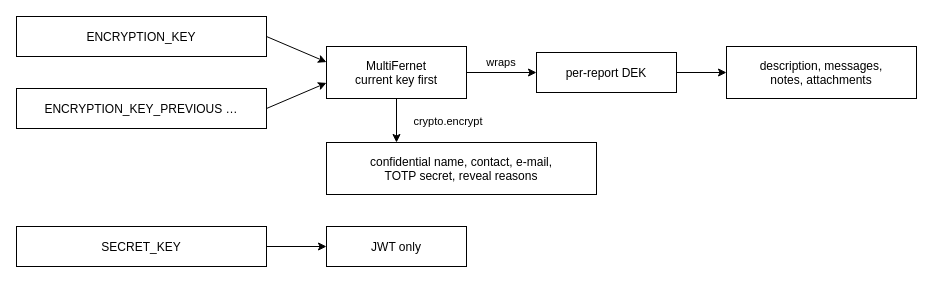
Before: docs-tech/_diagrams/key-hierarchy.drawio in openwhistle/OpenWhistle, a draw.io diagram. Source tidied: cells renumbered, new cells numbered last; positions are measured from the earlier drawing's top-left corner, leaving out a move shared by most shapes. Both pictures are drawn from the tidied source at 100%, with x=0, y=0 at pixel (16, 16).
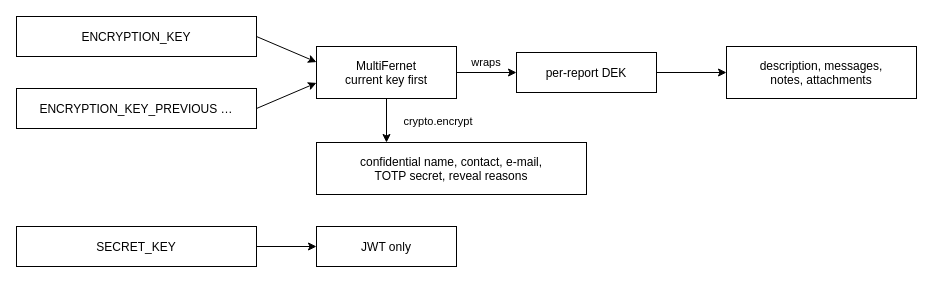
After the change.

Change to the diagram source:
```diff
@@
 <mxGraphModel>
   <root>
     <mxCell id="0" />
     <mxCell id="1" parent="0" />
     <mxCell id="2" value="ENCRYPTION_KEY" style="ow:step;" parent="1" vertex="1">
-      <mxGeometry width="250" height="40" as="geometry" />
+      <mxGeometry width="240" height="40" as="geometry" />
     </mxCell>
     <mxCell id="3" value="ENCRYPTION_KEY_PREVIOUS …" style="ow:step;" parent="1" vertex="1">
-      <mxGeometry y="72" width="250" height="40" as="geometry" />
+      <mxGeometry y="72" width="240" height="40" as="geometry" />
     </mxCell>
     <mxCell id="4" value="MultiFernet&#10;current key first" style="ow:step;" parent="1" vertex="1">
-      <mxGeometry x="310" y="30" width="140" height="52" as="geometry" />
+      <mxGeometry x="300" y="30" width="140" height="52" as="geometry" />
     </mxCell>
     <mxCell id="5" value="per-report DEK" style="ow:step;" parent="1" vertex="1">
-      <mxGeometry x="520" y="36" width="140" height="40" as="geometry" />
+      <mxGeometry x="500" y="36" width="140" height="40" as="geometry" />
     </mxCell>
     <mxCell id="6" value="description, messages,&#10;notes, attachments" style="ow:result;" parent="1" vertex="1">
       <mxGeometry x="710" y="30" width="190" height="52" as="geometry" />
     </mxCell>
     <mxCell id="7" value="confidential name, contact, e-mail,&#10;TOTP secret, reveal reasons" style="ow:result;" parent="1" vertex="1">
-      <mxGeometry x="310" y="126" width="270" height="52" as="geometry" />
+      <mxGeometry x="300" y="126" width="270" height="52" as="geometry" />
     </mxCell>
     <mxCell id="8" value="SECRET_KEY" style="ow:step;" parent="1" vertex="1">
-      <mxGeometry y="210" width="250" height="40" as="geometry" />
+      <mxGeometry y="210" width="240" height="40" as="geometry" />
     </mxCell>
     <mxCell id="9" value="JWT only" style="ow:step;" parent="1" vertex="1">
-      <mxGeometry x="310" y="210" width="140" height="40" as="geometry" />
+      <mxGeometry x="300" y="210" width="140" height="40" as="geometry" />
     </mxCell>
     <mxCell id="10" style="ow:edge;exitX=1;exitY=0.5;exitDx=0;exitDy=0;entryX=0;entryY=0.3;entryDx=0;entryDy=0;" parent="1" edge="1" source="2" target="4">
       <mxGeometry relative="1" as="geometry" />
     </mxCell>
     <mxCell id="11" style="ow:edge;exitX=1;exitY=0.5;exitDx=0;exitDy=0;entryX=0;entryY=0.7;entryDx=0;entryDy=0;" parent="1" edge="1" source="3" target="4">
       <mxGeometry relative="1" as="geometry" />
     </mxCell>
     <mxCell id="12" value="wraps" style="ow:edge;exitX=1;exitY=0.5;exitDx=0;exitDy=0;entryX=0;entryY=0.5;entryDx=0;entryDy=0;" parent="1" edge="1" source="4" target="5">
       <mxGeometry relative="1" as="geometry">
         <mxPoint y="-11" as="offset" />
       </mxGeometry>
     </mxCell>
     <mxCell id="13" style="ow:edge;exitX=1;exitY=0.5;exitDx=0;exitDy=0;entryX=0;entryY=0.5;entryDx=0;entryDy=0;" parent="1" edge="1" source="5" target="6">
       <mxGeometry relative="1" as="geometry" />
     </mxCell>
-    <mxCell id="14" value="crypto.encrypt" style="ow:edge;exitX=0.5;exitY=1;exitDx=0;exitDy=0;entryX=0.2593;entryY=0;entryDx=0;entryDy=0;" parent="1" edge="1" source="4" target="7">
+    <mxCell id="14" value="crypto.encrypt" style="ow:edge;exitX=0.5;exitY=1;exitDx=0;exitDy=0;entryX=0.259259;entryY=0;entryDx=0;entryDy=0;" parent="1" edge="1" source="4" target="7">
       <mxGeometry relative="1" as="geometry">
         <mxPoint x="52" as="offset" />
       </mxGeometry>
     </mxCell>
     <mxCell id="15" style="ow:edge;exitX=1;exitY=0.5;exitDx=0;exitDy=0;entryX=0;entryY=0.5;entryDx=0;entryDy=0;" parent="1" edge="1" source="8" target="9">
       <mxGeometry relative="1" as="geometry" />
     </mxCell>
   </root>
 </mxGraphModel>
```
